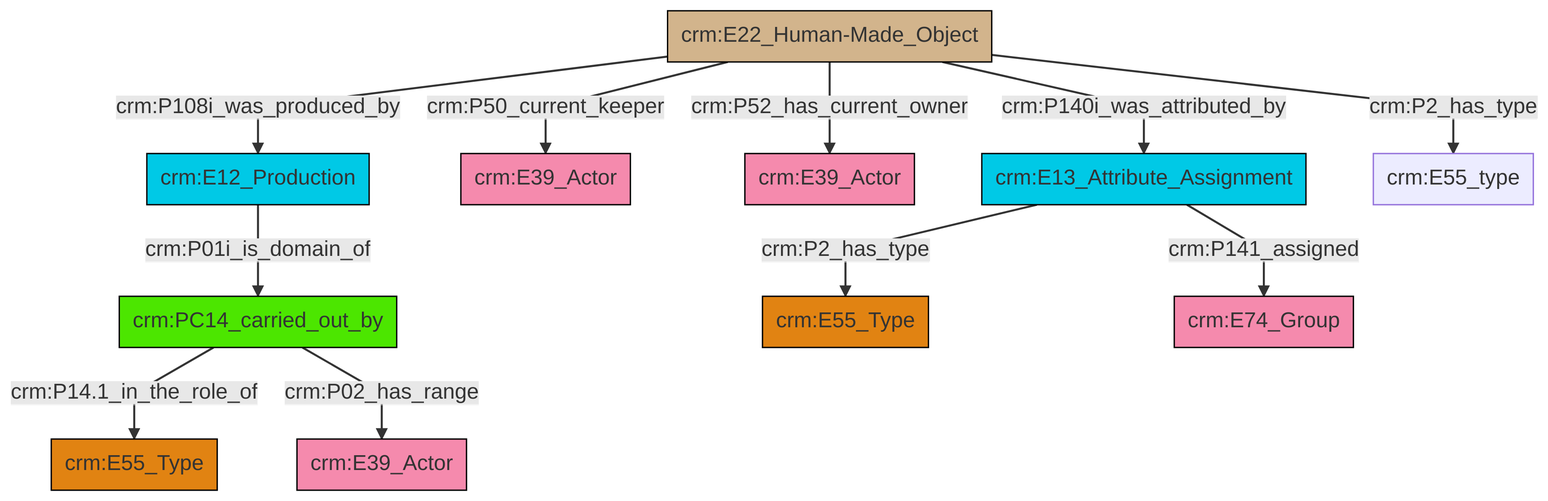
This is et/artworkCSV/ttl/mmd/png/Artwork_Actor_Relations.png from swiss-art-research-net/reference-data-models, a Mermaid export, as it was before one commit. Its source is kept beside it as et/artworkCSV/ttl/mmd/Artwork_Actor_Relations.ttl.mmd. Its diagram source:
```mermaid
graph TD
classDef Literal fill:#f2f2f2,stroke:#000000;
classDef CRM_Entity fill:#FFFFFF,stroke:#000000;
classDef Temporal_Entity fill:#00C9E6, stroke:#000000;
classDef Type fill:#E18312, stroke:#000000;
classDef Time-Span fill:#2C9C91, stroke:#000000;
classDef Appellation fill:#FFEB7F, stroke:#000000;
classDef Place fill:#008836, stroke:#000000;
classDef Persistent_Item fill:#B266B2, stroke:#000000;
classDef Conceptual_Object fill:#FFD700, stroke:#000000;
classDef Physical_Thing fill:#D2B48C, stroke:#000000;
classDef Actor fill:#f58aad, stroke:#000000;
classDef PC_Classes fill:#4ce600, stroke:#000000;
classDef Multi fill:#cccccc,stroke:#000000;

4["crm:PC14_carried_out_by"]:::PC_Classes -->|crm:P14.1_in_the_role_of| 2["crm:E55_Type"]:::Type
5["crm:E22_Human-Made_Object"]:::Physical_Thing -->|crm:P108i_was_produced_by| 6["crm:E12_Production"]:::Temporal_Entity
5["crm:E22_Human-Made_Object"]:::Physical_Thing -->|crm:P50_current_keeper| 7["crm:E39_Actor"]:::Actor
4["crm:PC14_carried_out_by"]:::PC_Classes -->|crm:P02_has_range| 9["crm:E39_Actor"]:::Actor
15["crm:E13_Attribute_Assignment"]:::Temporal_Entity -->|crm:P2_has_type| 11["crm:E55_Type"]:::Type
6["crm:E12_Production"]:::Temporal_Entity -->|crm:P01i_is_domain_of| 4["crm:PC14_carried_out_by"]:::PC_Classes
5["crm:E22_Human-Made_Object"]:::Physical_Thing -->|crm:P52_has_current_owner| 13["crm:E39_Actor"]:::Actor
15["crm:E13_Attribute_Assignment"]:::Temporal_Entity -->|crm:P141_assigned| 0["crm:E74_Group"]:::Actor
5["crm:E22_Human-Made_Object"]:::Physical_Thing -->|crm:P140i_was_attributed_by| 15["crm:E13_Attribute_Assignment"]:::Temporal_Entity
5["crm:E22_Human-Made_Object"]:::Physical_Thing -->|crm:P2_has_type| 16["crm:E55_type"]:::Default
```
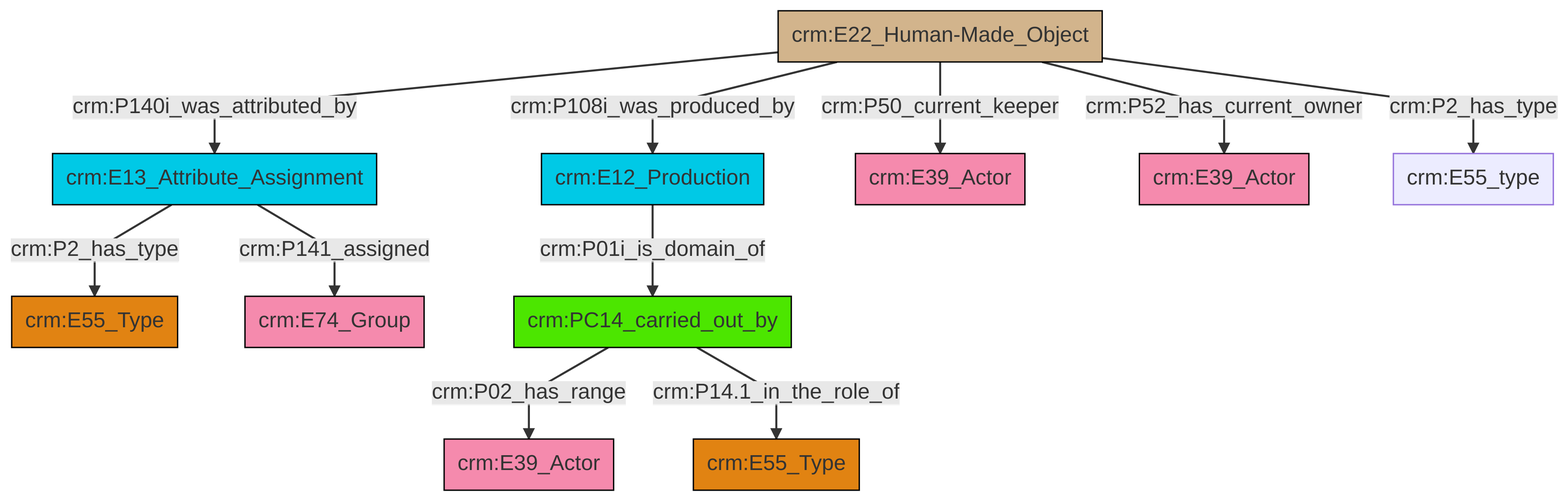
After the commit.

Change to the diagram source:
```diff
@@ -13,13 +13,13 @@
 classDef PC_Classes fill:#4ce600, stroke:#000000;
 classDef Multi fill:#cccccc,stroke:#000000;
 
-4["crm:PC14_carried_out_by"]:::PC_Classes -->|crm:P14.1_in_the_role_of| 2["crm:E55_Type"]:::Type
-5["crm:E22_Human-Made_Object"]:::Physical_Thing -->|crm:P108i_was_produced_by| 6["crm:E12_Production"]:::Temporal_Entity
-5["crm:E22_Human-Made_Object"]:::Physical_Thing -->|crm:P50_current_keeper| 7["crm:E39_Actor"]:::Actor
-4["crm:PC14_carried_out_by"]:::PC_Classes -->|crm:P02_has_range| 9["crm:E39_Actor"]:::Actor
-15["crm:E13_Attribute_Assignment"]:::Temporal_Entity -->|crm:P2_has_type| 11["crm:E55_Type"]:::Type
-6["crm:E12_Production"]:::Temporal_Entity -->|crm:P01i_is_domain_of| 4["crm:PC14_carried_out_by"]:::PC_Classes
-5["crm:E22_Human-Made_Object"]:::Physical_Thing -->|crm:P52_has_current_owner| 13["crm:E39_Actor"]:::Actor
-15["crm:E13_Attribute_Assignment"]:::Temporal_Entity -->|crm:P141_assigned| 0["crm:E74_Group"]:::Actor
-5["crm:E22_Human-Made_Object"]:::Physical_Thing -->|crm:P140i_was_attributed_by| 15["crm:E13_Attribute_Assignment"]:::Temporal_Entity
-5["crm:E22_Human-Made_Object"]:::Physical_Thing -->|crm:P2_has_type| 16["crm:E55_type"]:::Default
+0["crm:E13_Attribute_Assignment"]:::Temporal_Entity -->|crm:P2_has_type| 1["crm:E55_Type"]:::Type
+4["crm:E12_Production"]:::Temporal_Entity -->|crm:P01i_is_domain_of| 5["crm:PC14_carried_out_by"]:::PC_Classes
+8["crm:E22_Human-Made_Object"]:::Physical_Thing -->|crm:P140i_was_attributed_by| 0["crm:E13_Attribute_Assignment"]:::Temporal_Entity
+5["crm:PC14_carried_out_by"]:::PC_Classes -->|crm:P02_has_range| 9["crm:E39_Actor"]:::Actor
+8["crm:E22_Human-Made_Object"]:::Physical_Thing -->|crm:P108i_was_produced_by| 4["crm:E12_Production"]:::Temporal_Entity
+8["crm:E22_Human-Made_Object"]:::Physical_Thing -->|crm:P50_current_keeper| 13["crm:E39_Actor"]:::Actor
+5["crm:PC14_carried_out_by"]:::PC_Classes -->|crm:P14.1_in_the_role_of| 16["crm:E55_Type"]:::Type
+0["crm:E13_Attribute_Assignment"]:::Temporal_Entity -->|crm:P141_assigned| 6["crm:E74_Group"]:::Actor
+8["crm:E22_Human-Made_Object"]:::Physical_Thing -->|crm:P52_has_current_owner| 2["crm:E39_Actor"]:::Actor
+8["crm:E22_Human-Made_Object"]:::Physical_Thing -->|crm:P2_has_type| 14["crm:E55_type"]:::Default
```
